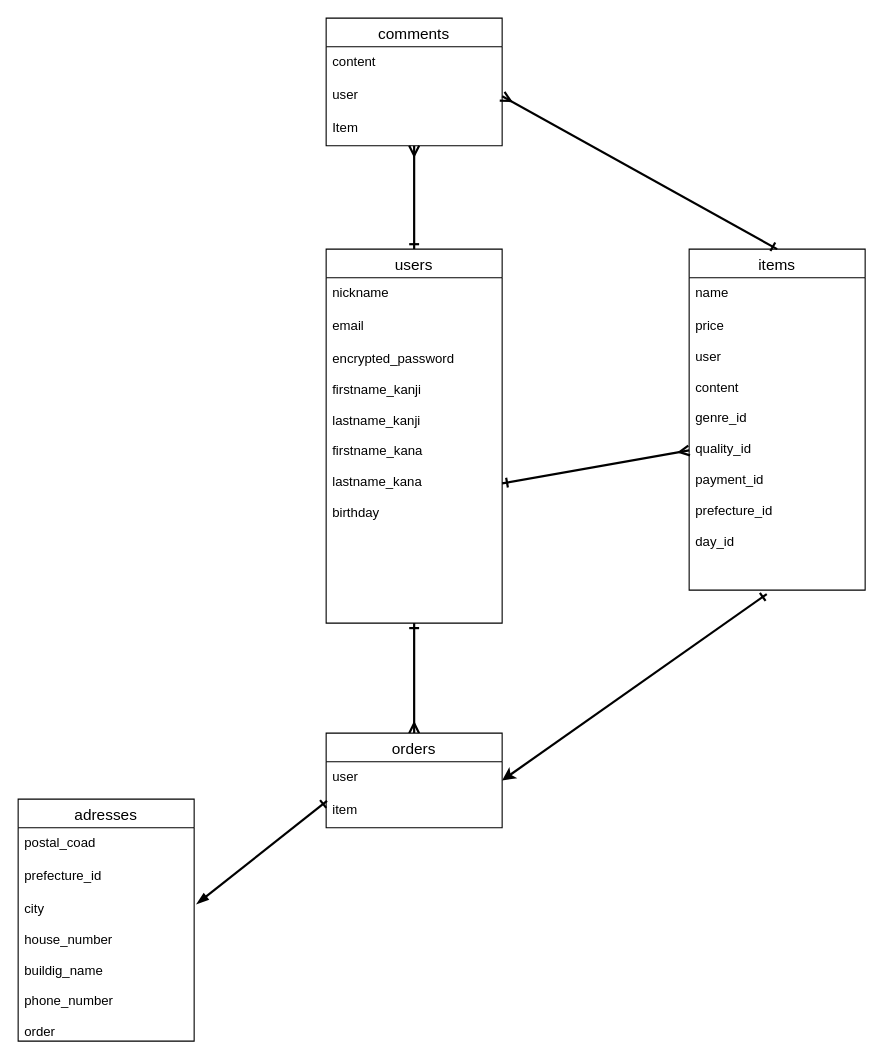
This is furima-er.dio from 0gatatsu/furima-40194, a draw.io file, before an edit. Source tidied: cells renumbered, new cells numbered last; positions are measured from the earlier drawing's top-left corner, leaving out a move shared by most shapes. Both pictures are drawn from the tidied source at 110%, with x=0, y=0 at pixel (18, 18).
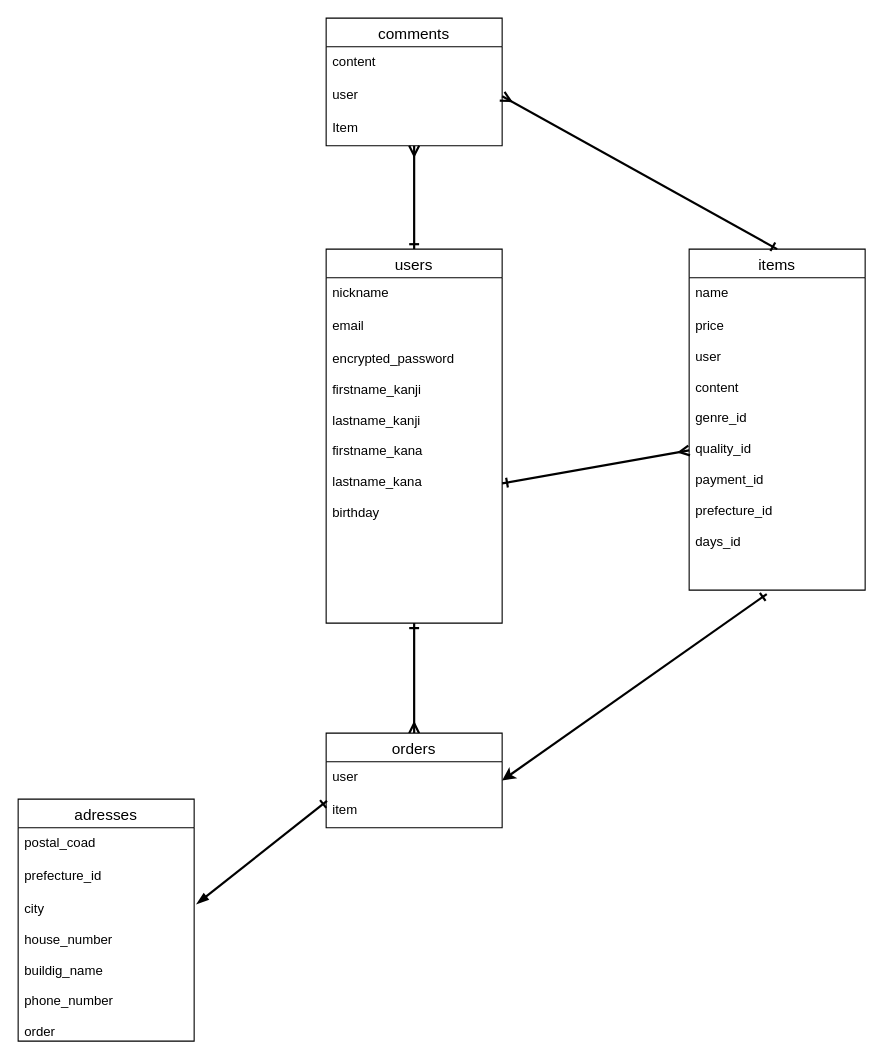
Above is the later version.

Unchanged cells that the change refers to:
```xml
<mxCell id="11" value="items" style="swimlane;fontStyle=0;horizontal=1;startSize=26;align=center;fontSize=14;" parent="1" vertex="1">
  <mxGeometry x="610" y="210" width="160" height="310" as="geometry" />
</mxCell>
```

What changed in the source:
```diff
@@
-    <mxCell id="13" value="price&#10;&#10;user&#10;&#10;content&#10;&#10;genre_id&#10;&#10;quality_id&#10;&#10;payment_id&#10;&#10;prefecture_id&#10;&#10;day_id" style="text;strokeColor=none;fillColor=none;spacingLeft=4;spacingRight=4;overflow=hidden;points=[[0,0.5],[1,0.5]];portConstraint=eastwest;fontSize=12;" parent="11" vertex="1">
+    <mxCell id="13" value="price&#10;&#10;user&#10;&#10;content&#10;&#10;genre_id&#10;&#10;quality_id&#10;&#10;payment_id&#10;&#10;prefecture_id&#10;&#10;days_id" style="text;strokeColor=none;fillColor=none;spacingLeft=4;spacingRight=4;overflow=hidden;points=[[0,0.5],[1,0.5]];portConstraint=eastwest;fontSize=12;" parent="11" vertex="1">
       <mxGeometry y="56" width="160" height="254" as="geometry" />
     </mxCell>
```
